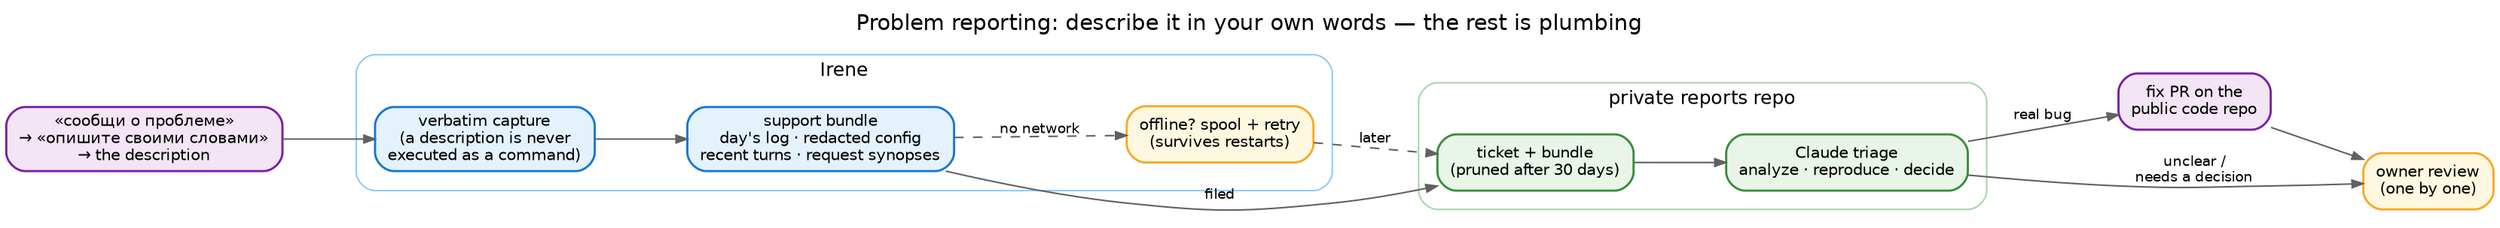
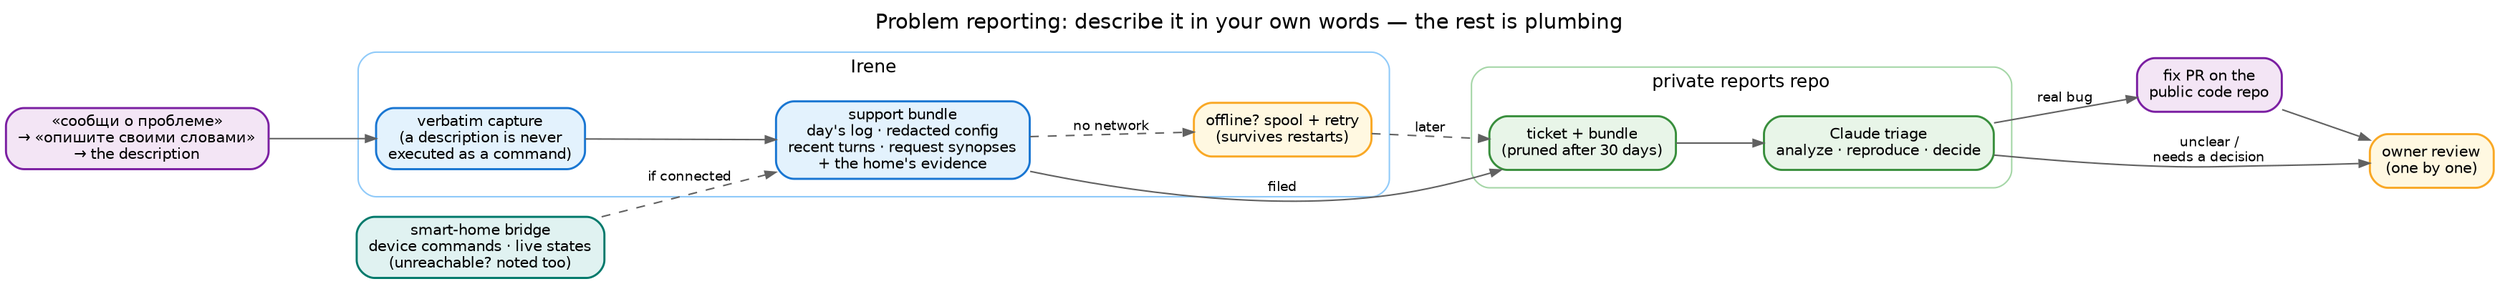
// Irene — problem reporting: from «сообщи о проблеме» to a fix PR. Render:
//   dot -Tpng docs/images/problem-report-flow.dot -o docs/images/problem-report-flow.png
digraph pr {
  rankdir=LR; bgcolor="white"; splines=spline; nodesep=0.45; ranksep=0.8;
  fontname="Helvetica"; labelloc=t; fontsize=14;
  label="Problem reporting: describe it in your own words — the rest is plumbing";
  node [fontname="Helvetica", fontsize=10, shape=box, style="filled,rounded", penwidth=1.4];
  edge [fontname="Helvetica", fontsize=9, color="#616161", arrowsize=0.7];

  user [label="«сообщи о проблеме»\n→ «опишите своими словами»\n→ the description", fillcolor="#f3e5f5", color="#7b1fa2"];

  subgraph cluster_irene {
    label="Irene"; fontsize=12; color="#90caf9"; style=rounded; margin=12;
    capture [label="verbatim capture\n(a description is never\nexecuted as a command)", fillcolor="#e3f2fd", color="#1976d2"];
-     bundle  [label="support bundle\nday's log · redacted config\nrecent turns · request synopses", fillcolor="#e3f2fd", color="#1976d2"];
+     bundle  [label="support bundle\nday's log · redacted config\nrecent turns · request synopses\n+ the home's evidence", fillcolor="#e3f2fd", color="#1976d2"];
    spool   [label="offline? spool + retry\n(survives restarts)", fillcolor="#fff8e1", color="#f9a825"];
  }

  subgraph cluster_repo {
    label="private reports repo"; fontsize=12; color="#a5d6a7"; style=rounded; margin=12;
    issue  [label="ticket + bundle\n(pruned after 30 days)", fillcolor="#e8f5e8", color="#388e3c"];
    triage [label="Claude triage\nanalyze · reproduce · decide", fillcolor="#e8f5e8", color="#388e3c"];
  }

  fix   [label="fix PR on the\npublic code repo", fillcolor="#f3e5f5", color="#7b1fa2"];
  owner [label="owner review\n(one by one)", fillcolor="#fff8e1", color="#f9a825"];

+   bridge [label="smart-home bridge\ndevice commands · live states\n(unreachable? noted too)", fillcolor="#e0f2f1", color="#00796b"];
+ 
  user -> capture;
+   bridge -> bundle [style=dashed, label="if connected"];
  capture -> bundle;
  bundle -> issue [label="filed"];
  bundle -> spool [style=dashed, label="no network"];
  spool -> issue [style=dashed, label="later"];
  issue -> triage;
  triage -> fix [label="real bug"];
  triage -> owner [label="unclear /\nneeds a decision"];
  fix -> owner;
}
